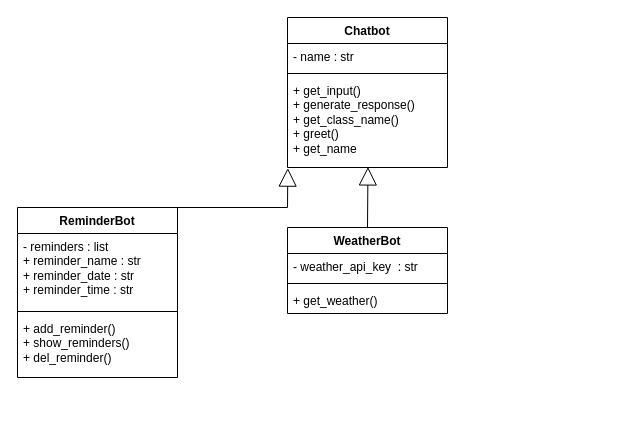
Above: umldiagram.drawio in barisparlakk/omniabotv2 (draw.io), before the change. Source tidied: cells renumbered, new cells numbered last; positions are measured from the earlier drawing's top-left corner, leaving out a move shared by most shapes. Both pictures are drawn from the tidied source at 100%, with x=0, y=0 at pixel (17, 17).
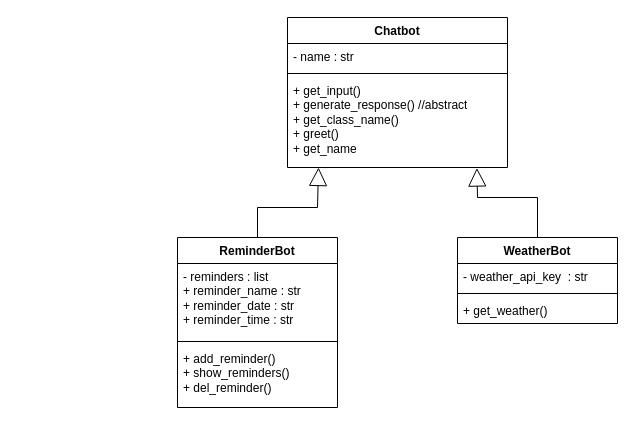
The same diagram, later.

Commit message:
changes on uml diagram.

Diff of the diagram source:
```diff
@@
 <mxGraphModel>
   <root>
     <mxCell id="0" />
     <mxCell id="1" parent="0" />
     <mxCell id="2" value="Chatbot" style="swimlane;fontStyle=1;align=center;verticalAlign=top;horizontal=1;startSize=26;whiteSpace=wrap;html=1;" parent="1" vertex="1">
-      <mxGeometry x="270" width="160" height="150" as="geometry" />
+      <mxGeometry x="270" width="220" height="150" as="geometry" />
     </mxCell>
     <mxCell id="3" value="- name : str" style="text;strokeColor=none;fillColor=none;align=left;verticalAlign=top;spacingLeft=4;spacingRight=4;overflow=hidden;whiteSpace=wrap;html=1;" parent="2" vertex="1">
-      <mxGeometry y="26" width="160" height="26" as="geometry" />
+      <mxGeometry y="26" width="220" height="26" as="geometry" />
     </mxCell>
     <mxCell id="4" style="line;strokeWidth=1;fillColor=none;align=left;verticalAlign=middle;spacingTop=-1;spacingLeft=3;spacingRight=3;labelPosition=right;strokeColor=inherit;" parent="2" vertex="1">
-      <mxGeometry y="52" width="160" height="8" as="geometry" />
+      <mxGeometry y="52" width="220" height="8" as="geometry" />
     </mxCell>
-    <mxCell id="5" value="&lt;div&gt;+ get_input()&lt;/div&gt;&lt;div&gt;+ generate_response()&lt;/div&gt;&lt;div&gt;+ get_class_name()&lt;/div&gt;&lt;div&gt;+ greet()&lt;/div&gt;&lt;div&gt;+ get_name&lt;/div&gt;" style="text;strokeColor=none;fillColor=none;align=left;verticalAlign=top;spacingLeft=4;spacingRight=4;overflow=hidden;points=[[0,0.5],[1,0.5]];portConstraint=eastwest;whiteSpace=wrap;html=1;" parent="2" vertex="1">
-      <mxGeometry y="60" width="160" height="90" as="geometry" />
+    <mxCell id="5" value="&lt;div&gt;+ get_input()&lt;/div&gt;&lt;div&gt;+ generate_response() //abstract&lt;/div&gt;&lt;div&gt;+ get_class_name()&lt;/div&gt;&lt;div&gt;+ greet()&lt;/div&gt;&lt;div&gt;+ get_name&lt;/div&gt;" style="text;strokeColor=none;fillColor=none;align=left;verticalAlign=top;spacingLeft=4;spacingRight=4;overflow=hidden;points=[[0,0.5],[1,0.5]];portConstraint=eastwest;whiteSpace=wrap;html=1;" parent="2" vertex="1">
+      <mxGeometry y="60" width="220" height="90" as="geometry" />
     </mxCell>
     <mxCell id="6" value="WeatherBot" style="swimlane;fontStyle=1;align=center;verticalAlign=top;horizontal=1;startSize=26;whiteSpace=wrap;html=1;" parent="1" vertex="1">
-      <mxGeometry x="270" y="210" width="160" height="86" as="geometry" />
+      <mxGeometry x="440" y="220" width="160" height="86" as="geometry" />
     </mxCell>
     <mxCell id="7" value="- weather_api_key&amp;nbsp; : str" style="text;strokeColor=none;fillColor=none;align=left;verticalAlign=top;spacingLeft=4;spacingRight=4;overflow=hidden;whiteSpace=wrap;html=1;" parent="6" vertex="1">
       <mxGeometry y="26" width="160" height="26" as="geometry" />
     </mxCell>
     <mxCell id="8" style="line;strokeWidth=1;fillColor=none;align=left;verticalAlign=middle;spacingTop=-1;spacingLeft=3;spacingRight=3;labelPosition=right;strokeColor=inherit;" parent="6" vertex="1">
       <mxGeometry y="52" width="160" height="8" as="geometry" />
     </mxCell>
     <mxCell id="9" value="+ get_weather()" style="text;strokeColor=none;fillColor=none;align=left;verticalAlign=top;spacingLeft=4;spacingRight=4;overflow=hidden;whiteSpace=wrap;html=1;" parent="6" vertex="1">
       <mxGeometry y="60" width="160" height="26" as="geometry" />
     </mxCell>
     <mxCell id="10" value="ReminderBot" style="swimlane;fontStyle=1;align=center;verticalAlign=top;horizontal=1;startSize=26;whiteSpace=wrap;html=1;" parent="1" vertex="1">
-      <mxGeometry y="190" width="160" height="170" as="geometry" />
+      <mxGeometry x="160" y="220" width="160" height="170" as="geometry" />
     </mxCell>
     <mxCell id="11" value="- reminders : list&lt;br&gt;+ reminder_name : str&lt;br&gt;+ reminder_date : str&lt;br&gt;+ reminder_time : str" style="text;strokeColor=none;fillColor=none;align=left;verticalAlign=top;spacingLeft=4;spacingRight=4;overflow=hidden;whiteSpace=wrap;html=1;" parent="10" vertex="1">
       <mxGeometry y="26" width="160" height="74" as="geometry" />
     </mxCell>
     <mxCell id="12" style="line;strokeWidth=1;fillColor=none;align=left;verticalAlign=middle;spacingTop=-1;spacingLeft=3;spacingRight=3;labelPosition=right;strokeColor=inherit;" parent="10" vertex="1">
       <mxGeometry y="100" width="160" height="8" as="geometry" />
     </mxCell>
     <mxCell id="13" value="&lt;div&gt;+ add_reminder()&lt;/div&gt;&lt;div&gt;+ show_reminders()&lt;br&gt;&lt;/div&gt;&lt;div&gt;+ del_reminder()&lt;/div&gt;" style="text;strokeColor=none;fillColor=none;align=left;verticalAlign=top;spacingLeft=4;spacingRight=4;overflow=hidden;whiteSpace=wrap;html=1;" parent="10" vertex="1">
       <mxGeometry y="108" width="160" height="62" as="geometry" />
     </mxCell>
-    <mxCell id="14" style="endArrow=block;endSize=16;endFill=0;html=1;rounded=0;exitX=0.5;exitY=0;exitDx=0;exitDy=0;entryX=0.002;entryY=1.007;entryDx=0;entryDy=0;entryPerimeter=0;" parent="1" edge="1" source="10" target="5">
+    <mxCell id="14" style="endArrow=block;endSize=16;endFill=0;html=1;rounded=0;exitX=0.5;exitY=0;exitDx=0;exitDy=0;entryX=0.141;entryY=1;entryDx=0;entryDy=0;entryPerimeter=0;" parent="1" edge="1" source="10" target="5">
       <mxGeometry relative="1" as="geometry">
         <Array as="points">
-          <mxPoint x="270" y="190" />
+          <mxPoint x="240" y="190" />
+          <mxPoint x="300" y="190" />
         </Array>
       </mxGeometry>
     </mxCell>
-    <mxCell id="15" style="endArrow=block;endSize=16;endFill=0;html=1;rounded=0;entryX=0.503;entryY=0.994;entryDx=0;entryDy=0;entryPerimeter=0;exitX=0.5;exitY=0;exitDx=0;exitDy=0;" parent="1" edge="1" source="6" target="5">
-      <mxGeometry relative="1" as="geometry" />
+    <mxCell id="15" style="endArrow=block;endSize=16;endFill=0;html=1;rounded=0;entryX=0.861;entryY=1.006;entryDx=0;entryDy=0;entryPerimeter=0;exitX=0.5;exitY=0;exitDx=0;exitDy=0;" parent="1" edge="1" source="6" target="5">
+      <mxGeometry relative="1" as="geometry">
+        <Array as="points">
+          <mxPoint x="520" y="180" />
+          <mxPoint x="460" y="180" />
+        </Array>
+      </mxGeometry>
     </mxCell>
   </root>
 </mxGraphModel>
```
